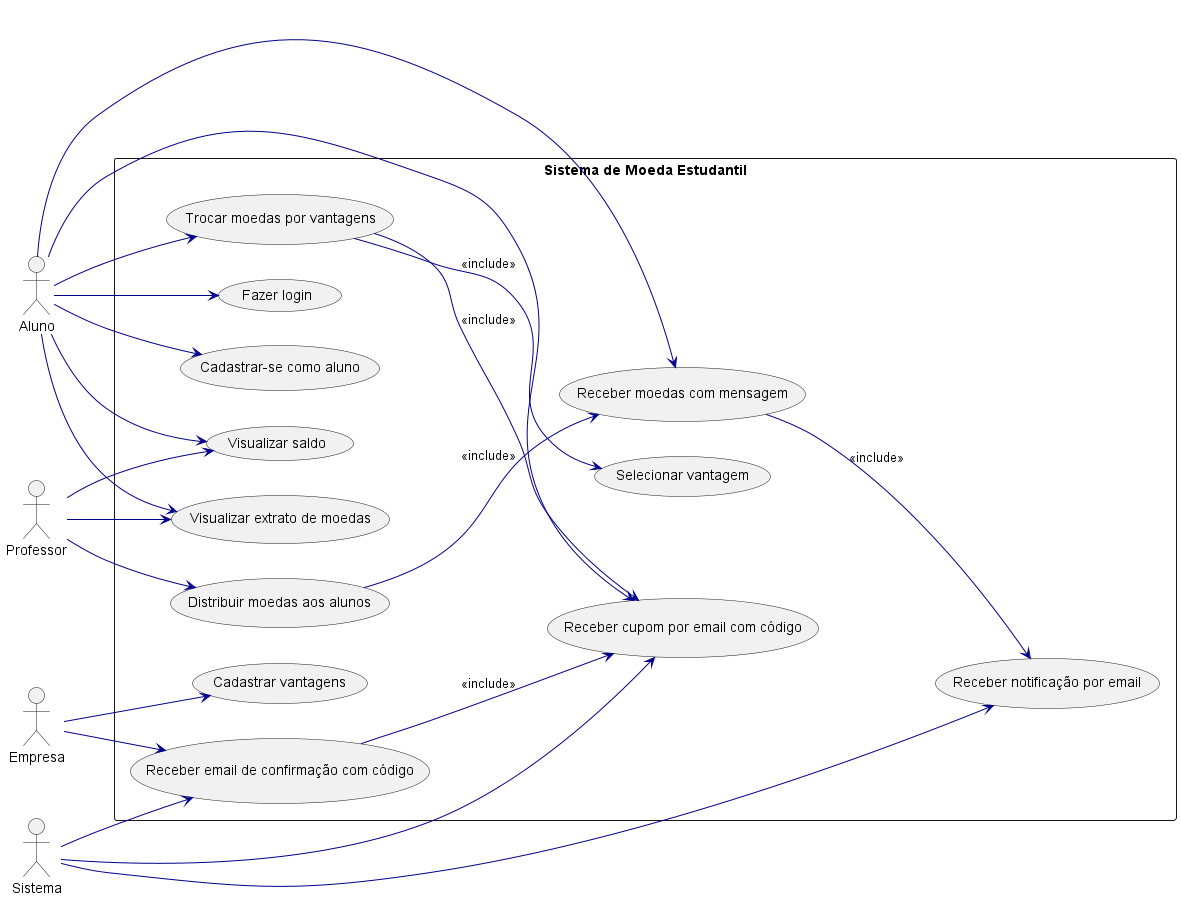
Before: project/img/usecase.png, a diagram exported from PlantUML (hegdt/lds-3).
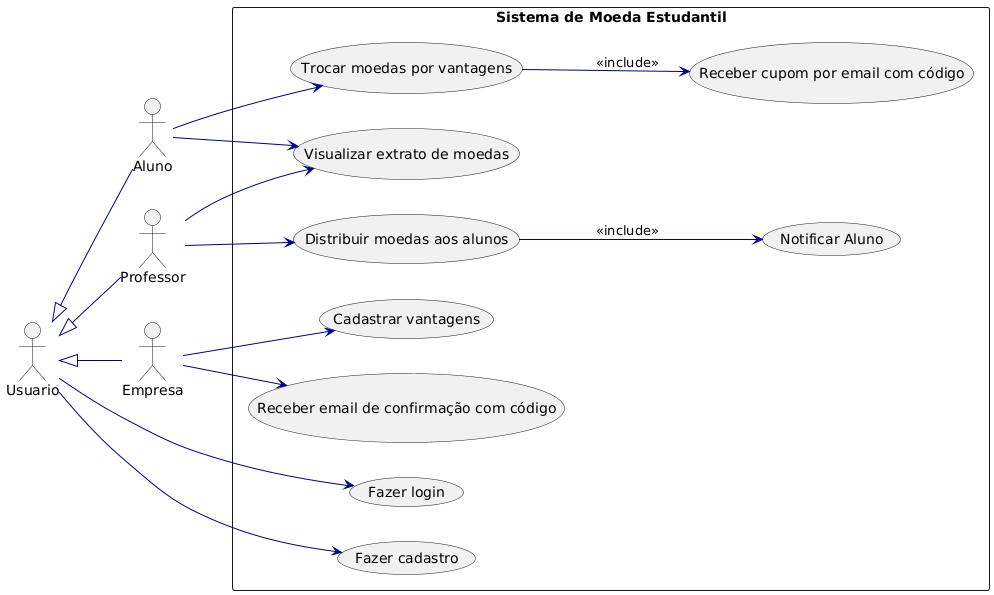
The same diagram one commit later.

Change to the diagram source:
```diff
@@ -9,51 +9,43 @@
   UsecaseFontColor DarkBlue
 }
 
+actor Usuario
 actor Aluno
 actor Professor
 actor Empresa
-actor Sistema
 
 package "Sistema de Moeda Estudantil" {
 
   usecase "Fazer login" as UC_Login
-  usecase "Cadastrar-se como aluno" as UC_CadAluno
-  usecase "Visualizar saldo" as UC_Saldo
+  usecase "Fazer cadastro" as UC_CadAluno
   usecase "Visualizar extrato de moedas" as UC_Extrato
   usecase "Trocar moedas por vantagens" as UC_TrocaMoedas
-  usecase "Selecionar vantagem" as UC_SelecionarVantagem
   usecase "Receber cupom por email com código" as UC_EmailCupom
-  usecase "Receber moedas com mensagem" as UC_ReceberMoedas
-  usecase "Receber notificação por email" as UC_NotifAluno
+  usecase "Notificar Aluno" as UC_ReceberMoedas
 
   usecase "Distribuir moedas aos alunos" as UC_DistribuirMoedas
   usecase "Cadastrar vantagens" as UC_CadVantagem
   usecase "Receber email de confirmação com código" as UC_ConfirmacaoParceiro
 }
 
-Aluno --> UC_Login
-Aluno --> UC_CadAluno
-Aluno --> UC_Saldo
+Usuario <|-- Aluno
+Usuario <|-- Professor
+Usuario <|-- Empresa
+
+Usuario --> UC_Login
+Usuario --> UC_CadAluno
+
+
 Aluno --> UC_Extrato
 Aluno --> UC_TrocaMoedas
-Aluno --> UC_ReceberMoedas
-Aluno --> UC_EmailCupom
 
 Professor --> UC_DistribuirMoedas
-Professor --> UC_Saldo
 Professor --> UC_Extrato
 
 Empresa --> UC_CadVantagem
 Empresa --> UC_ConfirmacaoParceiro
 
-Sistema --> UC_NotifAluno
-Sistema --> UC_EmailCupom
-Sistema --> UC_ConfirmacaoParceiro
 
-UC_TrocaMoedas --> UC_SelecionarVantagem : <<include>>
 UC_TrocaMoedas --> UC_EmailCupom : <<include>>
 UC_DistribuirMoedas --> UC_ReceberMoedas : <<include>>
-UC_ReceberMoedas --> UC_NotifAluno : <<include>>
-UC_ConfirmacaoParceiro --> UC_EmailCupom : <<include>>
-
 @enduml
```
